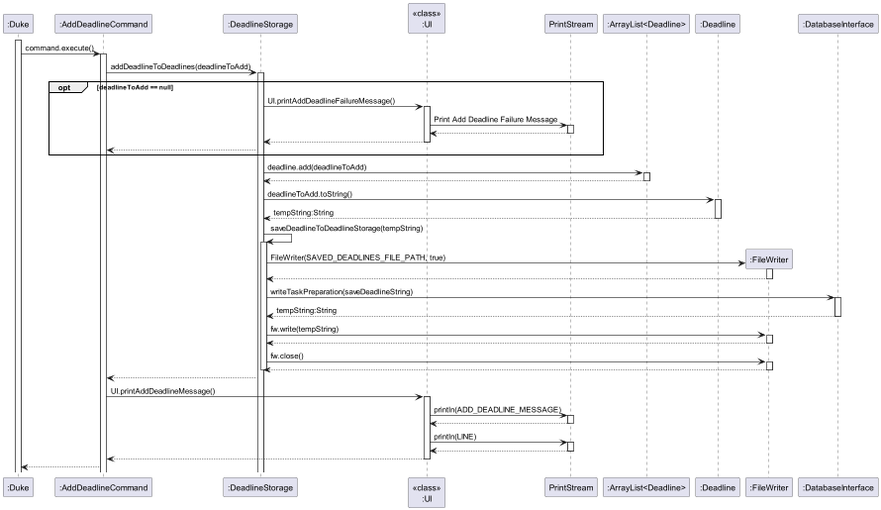
nus-cs2113-AY2223S2/tp keeps this PlantUML diagram as docs/diagrams/Deadline/AddDeadlineCommandSequenceDiagram.png. Above is the earlier version. Its diagram source:
```plantuml
@startuml
activate ":Duke"
":Duke" -> ":AddDeadlineCommand" : command.execute()
activate ":AddDeadlineCommand"
":AddDeadlineCommand" -> ":DeadlineStorage" : addDeadlineToDeadlines(deadlineToAdd)
activate ":DeadlineStorage"
opt deadlineToAdd == null
":DeadlineStorage" -> "<<class>>\n:UI" : UI.printAddDeadlineFailureMessage()
activate "<<class>>\n:UI"
"<<class>>\n:UI" -> "PrintStream" : Print Add Deadline Failure Message
activate "PrintStream"
"<<class>>\n:UI" <-- "PrintStream"
deactivate "PrintStream"
":DeadlineStorage" <-- "<<class>>\n:UI"
deactivate "<<class>>\n:UI"
":AddDeadlineCommand"<-- ":DeadlineStorage"
end

":DeadlineStorage" -> ":ArrayList<Deadline>" : deadline.add(deadlineToAdd)
activate ":ArrayList<Deadline>"
":DeadlineStorage" <-- ":ArrayList<Deadline>"
deactivate ":ArrayList<Deadline>"

":DeadlineStorage" -> ":Deadline" : deadlineToAdd.toString()
activate ":Deadline"
":DeadlineStorage" <-- ":Deadline" : tempString:String
deactivate ":Deadline"
":DeadlineStorage" -> ":DeadlineStorage" : saveDeadlineToDeadlineStorage(tempString)
activate ":DeadlineStorage"
create ":FileWriter"
":DeadlineStorage" -> ":FileWriter" : FileWriter(SAVED_DEADLINES_FILE_PATH, true)
activate ":FileWriter"
":DeadlineStorage" <-- ":FileWriter"
deactivate ":FileWriter"
":DeadlineStorage" -> ":DatabaseInterface" : writeTaskPreparation(saveDeadlineString)
activate ":DatabaseInterface"
":DeadlineStorage" <-- ":DatabaseInterface" : tempString:String
deactivate ":DatabaseInterface"
":DeadlineStorage" -> ":FileWriter" : fw.write(tempString)
activate ":FileWriter"
":DeadlineStorage" <-- ":FileWriter"
deactivate ":FileWriter"
":DeadlineStorage" -> ":FileWriter" : fw.close()
activate ":FileWriter"
":DeadlineStorage" <-- ":FileWriter"
deactivate ":FileWriter"
deactivate ":DeadlineStorage"
":AddDeadlineCommand" <-- ":DeadlineStorage"
":AddDeadlineCommand" -> "<<class>>\n:UI" : UI.printAddDeadlineMessage()
activate "<<class>>\n:UI"
"<<class>>\n:UI" -> PrintStream :  println(ADD_DEADLINE_MESSAGE)
activate PrintStream
"<<class>>\n:UI" <-- PrintStream
deactivate PrintStream
"<<class>>\n:UI" -> PrintStream :  println(LINE)
activate PrintStream
"<<class>>\n:UI" <-- PrintStream
deactivate PrintStream
":AddDeadlineCommand" <-- "<<class>>\n:UI"
deactivate "<<class>>\n:UI"
":Duke" <-- ":AddDeadlineCommand"


@enduml
```
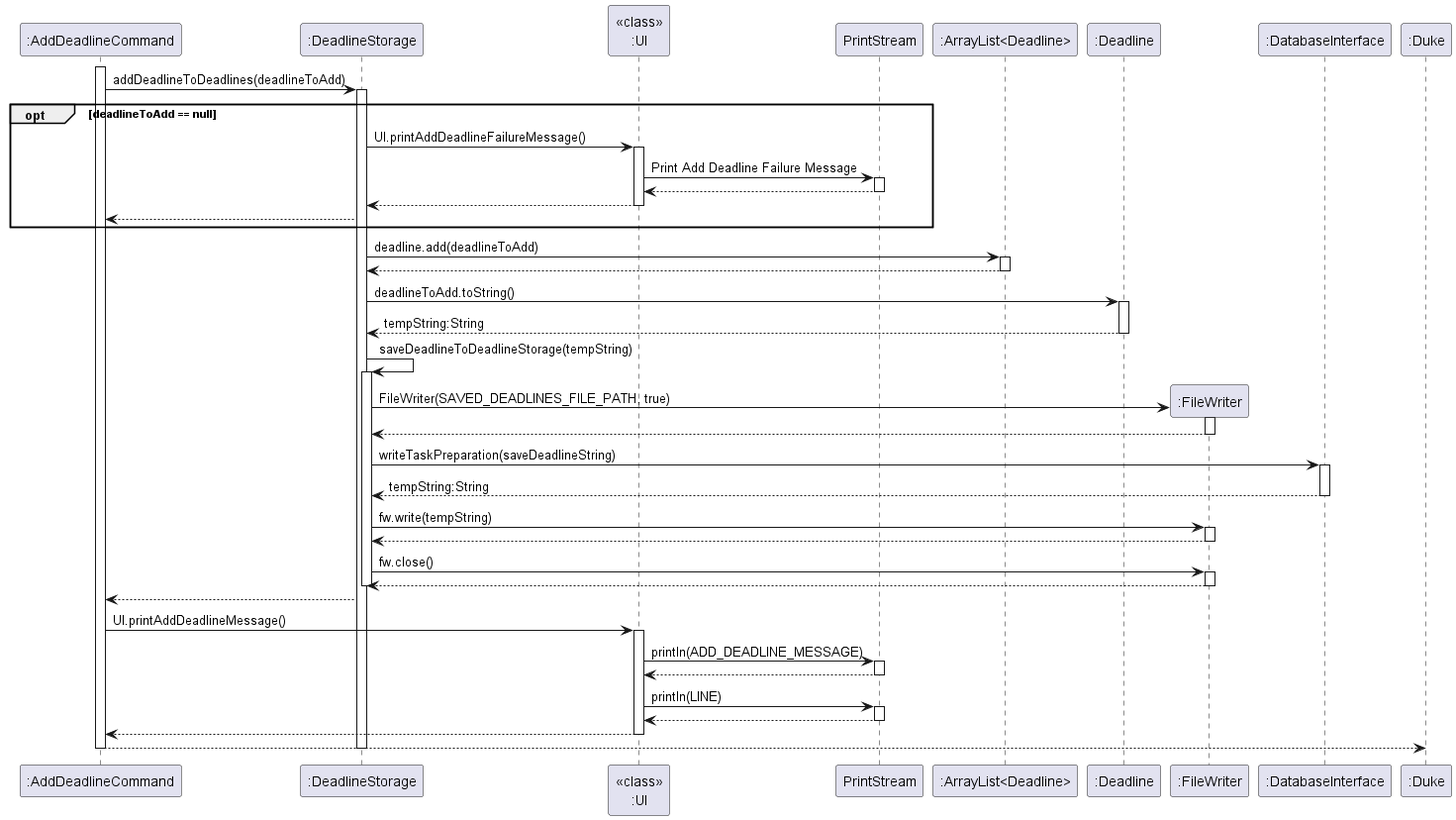
Later version of the same file.

Change to the diagram source:
```diff
@@ -1,6 +1,5 @@
 @startuml
-activate ":Duke"
-":Duke" -> ":AddDeadlineCommand" : command.execute()
+
 activate ":AddDeadlineCommand"
 ":AddDeadlineCommand" -> ":DeadlineStorage" : addDeadlineToDeadlines(deadlineToAdd)
 activate ":DeadlineStorage"
@@ -60,5 +59,6 @@
 deactivate "<<class>>\n:UI"
 ":Duke" <-- ":AddDeadlineCommand"
 
-
+deactivate ":DeadlineStorage"
+deactivate ":AddDeadlineCommand"
 @enduml
```
